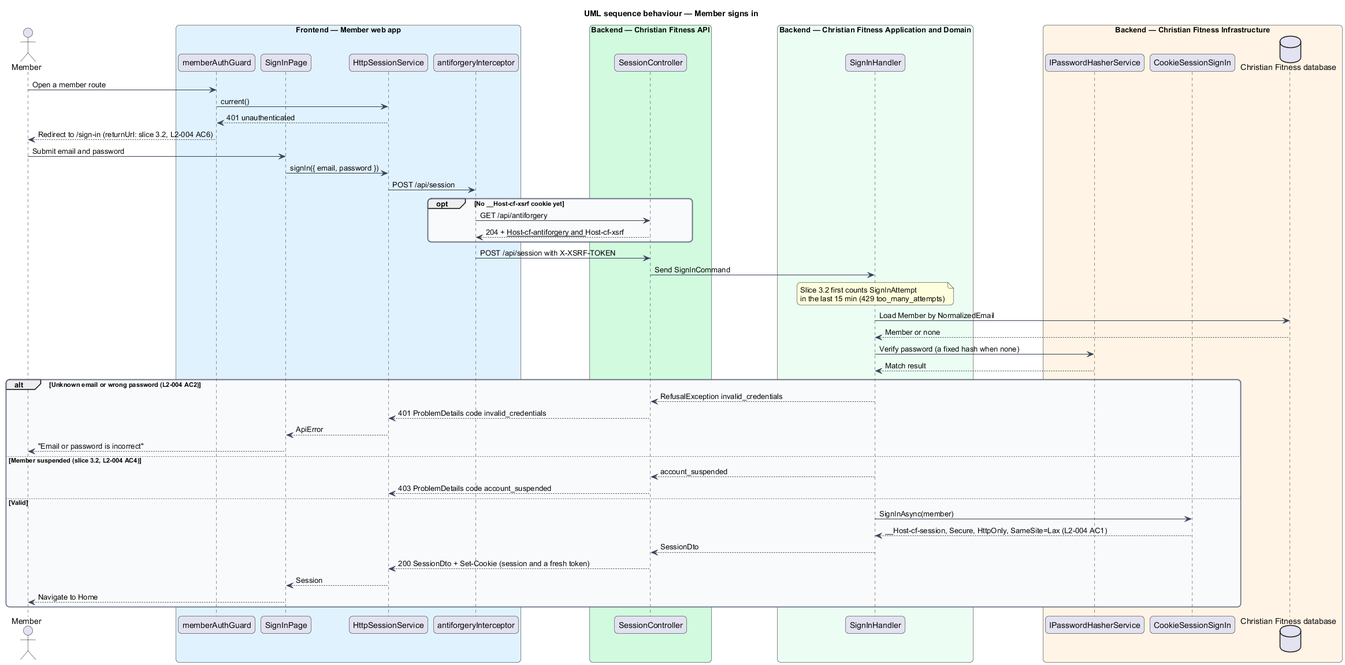
The PlantUML diagram docs/detailed-designs/member-access/sign-in-and-out/diagrams/sequence-sign-in.png in QuinntyneBrown/christian-fitness, before a commit.
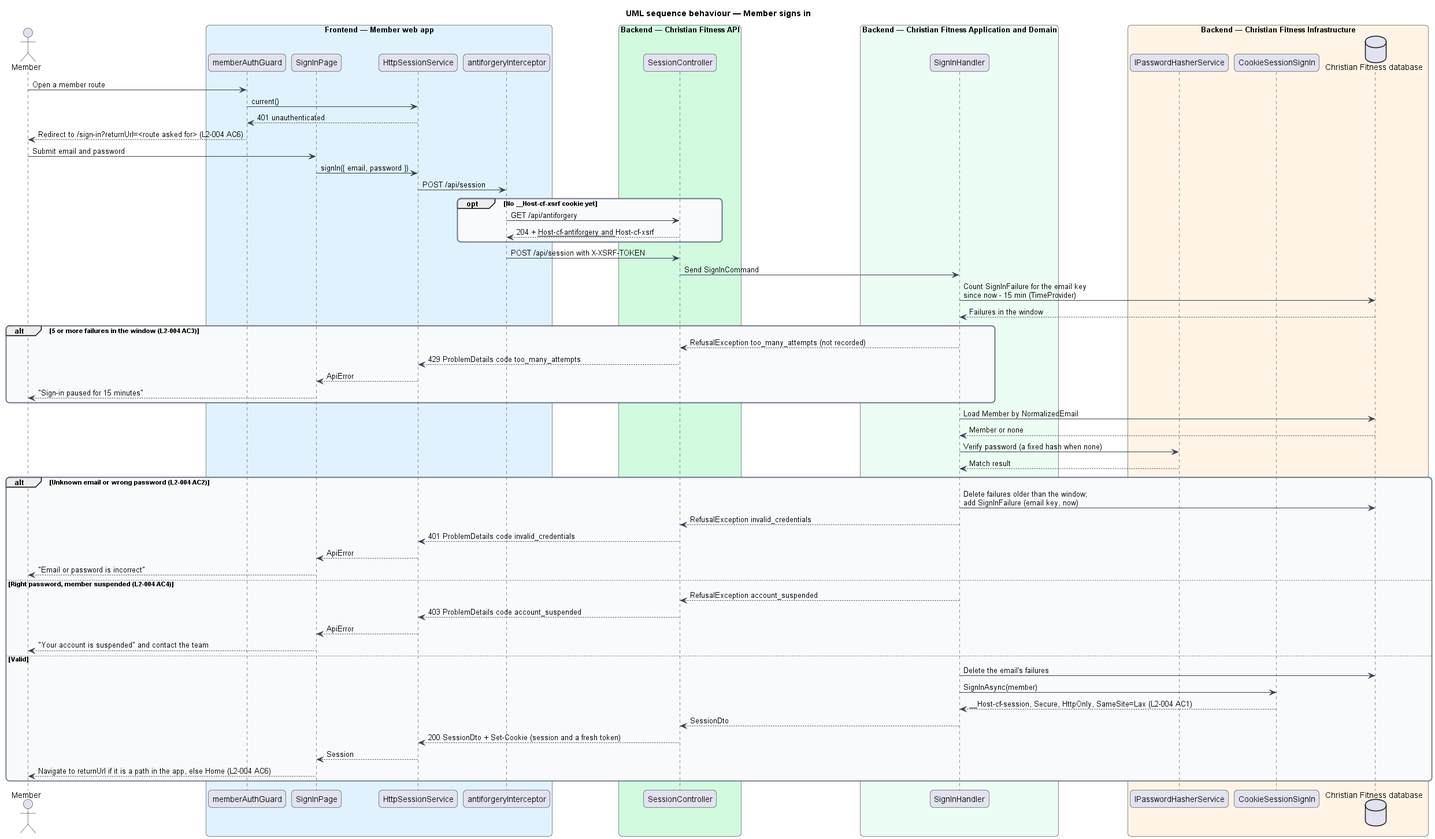
After the change.

Change to the diagram source:
```diff
@@ -35,7 +35,7 @@
 actor -> guard : Open a member route
 guard -> client : current()
 client --> guard : 401 unauthenticated
-guard --> actor : Redirect to /sign-in (returnUrl: slice 3.2, L2-004 AC6)
+guard --> actor : Redirect to /sign-in?returnUrl=<route asked for> (L2-004 AC6)
 actor -> page : Submit email and password
 page -> client : signIn({ email, password })
 client -> xsrf : POST /api/session
@@ -45,25 +45,36 @@
 end
 xsrf -> ctrl : POST /api/session with X-XSRF-TOKEN
 ctrl -> h : Send SignInCommand
-note over h : Slice 3.2 first counts SignInAttempt\nin the last 15 min (429 too_many_attempts)
+h -> db : Count SignInFailure for the email key\nsince now - 15 min (TimeProvider)
+db --> h : Failures in the window
+alt 5 or more failures in the window (L2-004 AC3)
+  h --> ctrl : RefusalException too_many_attempts (not recorded)
+  ctrl --> client : 429 ProblemDetails code too_many_attempts
+  client --> page : ApiError
+  page --> actor : "Sign-in paused for 15 minutes"
+end
 h -> db : Load Member by NormalizedEmail
 db --> h : Member or none
 h -> hash : Verify password (a fixed hash when none)
 hash --> h : Match result
 alt Unknown email or wrong password (L2-004 AC2)
+  h -> db : Delete failures older than the window;\nadd SignInFailure (email key, now)
   h --> ctrl : RefusalException invalid_credentials
   ctrl --> client : 401 ProblemDetails code invalid_credentials
   client --> page : ApiError
   page --> actor : "Email or password is incorrect"
-else Member suspended (slice 3.2, L2-004 AC4)
-  h --> ctrl : account_suspended
+else Right password, member suspended (L2-004 AC4)
+  h --> ctrl : RefusalException account_suspended
   ctrl --> client : 403 ProblemDetails code account_suspended
+  client --> page : ApiError
+  page --> actor : "Your account is suspended" and contact the team
 else Valid
+  h -> db : Delete the email's failures
   h -> sess : SignInAsync(member)
   sess --> h : __Host-cf-session, Secure, HttpOnly, SameSite=Lax (L2-004 AC1)
   h --> ctrl : SessionDto
   ctrl --> client : 200 SessionDto + Set-Cookie (session and a fresh token)
   client --> page : Session
-  page --> actor : Navigate to Home
+  page --> actor : Navigate to returnUrl if it is a path in the app, else Home (L2-004 AC6)
 end
 @enduml
```
